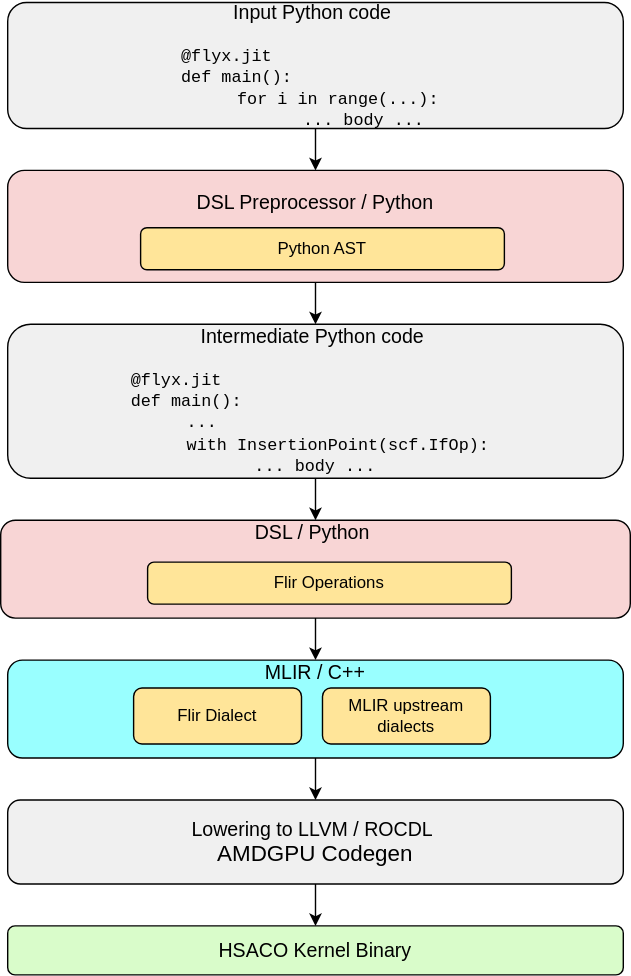
Earlier version of the draw.io export blogs/software-tools-optimization/flydsl-python-native/images/flydsl-figure1-compilation-flow.svg (ROCm/rocm-blogs). Source tidied: cells renumbered, new cells last; positions are measured from the earlier drawing's top-left corner, leaving out a move shared by most shapes. The source it was exported from:
```xml
<mxGraphModel background="#ffffff">
  <root>
    <mxCell id="0" />
    <mxCell id="1" parent="0" />
    <mxCell id="2" value="&lt;font style=&quot;font-size: 14px;&quot;&gt;&lt;font style=&quot;&quot;&gt;Input Python code&lt;/font&gt;&amp;nbsp;&lt;/font&gt;&lt;div&gt;&lt;font face=&quot;Courier New&quot;&gt;&lt;br&gt;&lt;/font&gt;&lt;/div&gt;&lt;div style=&quot;text-align: left;&quot;&gt;&lt;font face=&quot;Courier New&quot;&gt;@flyx.jit&amp;nbsp;&lt;/font&gt;&lt;/div&gt;&lt;div style=&quot;text-align: left;&quot;&gt;&lt;font face=&quot;Courier New&quot;&gt;def main():&amp;nbsp;&lt;/font&gt;&lt;/div&gt;&lt;blockquote style=&quot;margin: 0 0 0 40px; border: none; padding: 0px;&quot;&gt;&lt;div style=&quot;text-align: left;&quot;&gt;&lt;font face=&quot;Courier New&quot;&gt;for i in range(...):&amp;nbsp;&lt;/font&gt;&lt;/div&gt;&lt;/blockquote&gt;&lt;blockquote style=&quot;margin: 0 0 0 40px; border: none; padding: 0px;&quot;&gt;&lt;blockquote style=&quot;margin: 0 0 0 40px; border: none; padding: 0px;&quot;&gt;&lt;div style=&quot;text-align: left;&quot;&gt;&lt;font face=&quot;Courier New&quot;&gt;&amp;nbsp;... body ...&lt;/font&gt;&lt;/div&gt;&lt;/blockquote&gt;&lt;/blockquote&gt;" style="rounded=1;whiteSpace=wrap;html=1;fillColor=#f0f0f0;strokeColor=#000000;" parent="1" vertex="1">
      <mxGeometry x="5" width="440" height="90" as="geometry" />
    </mxCell>
    <mxCell id="3" value="&lt;font style=&quot;font-size: 14px;&quot;&gt;DSL Preprocessor&amp;nbsp;/ Python&lt;/font&gt;&lt;div&gt;&lt;font size=&quot;3&quot;&gt;&lt;br&gt;&lt;/font&gt;&lt;/div&gt;&lt;div&gt;&lt;br&gt;&lt;/div&gt;" style="rounded=1;whiteSpace=wrap;html=1;fillColor=#f8d5d5;strokeColor=#000000;" parent="1" vertex="1">
      <mxGeometry x="5" y="120" width="440" height="80" as="geometry" />
    </mxCell>
    <mxCell id="4" value="&lt;font style=&quot;font-size: 14px;&quot;&gt;Intermediate Python code&amp;nbsp;&lt;/font&gt;&lt;div&gt;&lt;br&gt;&lt;/div&gt;&lt;div style=&quot;text-align: left;&quot;&gt;&lt;font face=&quot;Courier New&quot;&gt;@flyx.jit&amp;nbsp;&lt;/font&gt;&lt;/div&gt;&lt;div style=&quot;text-align: left;&quot;&gt;&lt;font face=&quot;Courier New&quot;&gt;def main():&lt;/font&gt;&lt;/div&gt;&lt;blockquote style=&quot;margin: 0 0 0 40px; border: none; padding: 0px;&quot;&gt;&lt;div style=&quot;text-align: left;&quot;&gt;&lt;font face=&quot;Courier New&quot;&gt;...&lt;/font&gt;&lt;/div&gt;&lt;div style=&quot;text-align: left;&quot;&gt;&lt;font face=&quot;Courier New&quot;&gt;with InsertionPoint(scf.IfOp):&amp;nbsp;&lt;/font&gt;&lt;/div&gt;&lt;/blockquote&gt;&lt;span style=&quot;text-align: left; background-color: transparent; color: light-dark(rgb(0, 0, 0), rgb(255, 255, 255));&quot;&gt;&lt;font face=&quot;Courier New&quot;&gt;... body ...&lt;/font&gt;&lt;/span&gt;" style="rounded=1;whiteSpace=wrap;html=1;fillColor=#f0f0f0;strokeColor=#000000;" parent="1" vertex="1">
      <mxGeometry x="5" y="230" width="440" height="110" as="geometry" />
    </mxCell>
    <mxCell id="5" value="&lt;font style=&quot;font-size: 14px;&quot;&gt;DSL / Python&amp;nbsp;&lt;/font&gt;&lt;div&gt;&lt;font size=&quot;3&quot;&gt;&lt;br&gt;&lt;/font&gt;&lt;/div&gt;&lt;div&gt;&lt;font size=&quot;3&quot;&gt;&lt;br&gt;&lt;/font&gt;&lt;/div&gt;&lt;div&gt;&lt;br&gt;&lt;/div&gt;" style="rounded=1;whiteSpace=wrap;html=1;fillColor=#f8d5d5;strokeColor=#000000;" parent="1" vertex="1">
      <mxGeometry y="370" width="450" height="70" as="geometry" />
    </mxCell>
    <mxCell id="6" value="&lt;font style=&quot;font-size: 14px;&quot;&gt;Lowering to LLVM / ROCDL&amp;nbsp;&lt;/font&gt;&lt;div&gt;&lt;font size=&quot;3&quot;&gt;AMDGPU Codegen&lt;/font&gt;&lt;/div&gt;" style="rounded=1;whiteSpace=wrap;html=1;fillColor=#f0f0f0;strokeColor=#000000;" parent="1" vertex="1">
      <mxGeometry x="5" y="570" width="440" height="60" as="geometry" />
    </mxCell>
    <mxCell id="7" value="&lt;font style=&quot;font-size: 14px;&quot;&gt;HSACO Kernel Binary&lt;/font&gt;" style="rounded=1;whiteSpace=wrap;html=1;fillColor=#d9fcca;strokeColor=#000000;" parent="1" vertex="1">
      <mxGeometry x="5" y="660" width="440" height="35" as="geometry" />
    </mxCell>
    <mxCell id="8" style="edgeStyle=orthogonalEdgeStyle;rounded=0;jettySize=auto;html=1;" parent="1" edge="1" source="2" target="3">
      <mxGeometry relative="1" as="geometry" />
    </mxCell>
    <mxCell id="9" style="edgeStyle=orthogonalEdgeStyle;rounded=0;jettySize=auto;html=1;" parent="1" edge="1" source="3" target="4">
      <mxGeometry relative="1" as="geometry" />
    </mxCell>
    <mxCell id="10" style="edgeStyle=orthogonalEdgeStyle;rounded=0;jettySize=auto;html=1;" parent="1" edge="1" source="4" target="5">
      <mxGeometry relative="1" as="geometry" />
    </mxCell>
    <mxCell id="11" style="edgeStyle=orthogonalEdgeStyle;rounded=0;jettySize=auto;html=1;" parent="1" edge="1" source="5" target="15">
      <mxGeometry relative="1" as="geometry" />
    </mxCell>
    <mxCell id="12" style="edgeStyle=orthogonalEdgeStyle;rounded=0;jettySize=auto;html=1;" parent="1" edge="1" source="6" target="7">
      <mxGeometry relative="1" as="geometry" />
    </mxCell>
    <mxCell id="13" value="Python AST" style="rounded=1;whiteSpace=wrap;html=1;fillColor=#FFE599;" parent="1" vertex="1">
      <mxGeometry x="100" y="161" width="260" height="30" as="geometry" />
    </mxCell>
    <mxCell id="14" style="edgeStyle=orthogonalEdgeStyle;rounded=0;jettySize=auto;html=1;exitX=0.5;exitY=1;exitDx=0;exitDy=0;" parent="1" edge="1" source="15">
      <mxGeometry relative="1" as="geometry">
        <mxPoint x="225" y="570" as="targetPoint" />
      </mxGeometry>
    </mxCell>
    <mxCell id="15" value="&lt;font style=&quot;font-size: 14px;&quot;&gt;MLIR / C++&lt;/font&gt;&lt;div&gt;&lt;font size=&quot;3&quot;&gt;&lt;br&gt;&lt;/font&gt;&lt;/div&gt;&lt;div&gt;&lt;font size=&quot;3&quot;&gt;&lt;br&gt;&lt;/font&gt;&lt;/div&gt;&lt;div&gt;&lt;br&gt;&lt;/div&gt;" style="rounded=1;whiteSpace=wrap;html=1;fillColor=#99FFFF;strokeColor=#000000;" parent="1" vertex="1">
      <mxGeometry x="5" y="470" width="440" height="70" as="geometry" />
    </mxCell>
    <mxCell id="16" value="Flir Operations" style="rounded=1;whiteSpace=wrap;html=1;fillColor=#FFE599;" parent="1" vertex="1">
      <mxGeometry x="105" y="400" width="260" height="30" as="geometry" />
    </mxCell>
    <mxCell id="17" value="Flir Dialect" style="rounded=1;whiteSpace=wrap;html=1;fillColor=#FFE599;" parent="1" vertex="1">
      <mxGeometry x="95" y="490" width="120" height="40" as="geometry" />
    </mxCell>
    <mxCell id="18" value="MLIR upstream dialects" style="rounded=1;whiteSpace=wrap;html=1;fillColor=#FFE599;" parent="1" vertex="1">
      <mxGeometry x="230" y="490" width="120" height="40" as="geometry" />
    </mxCell>
  </root>
</mxGraphModel>
```
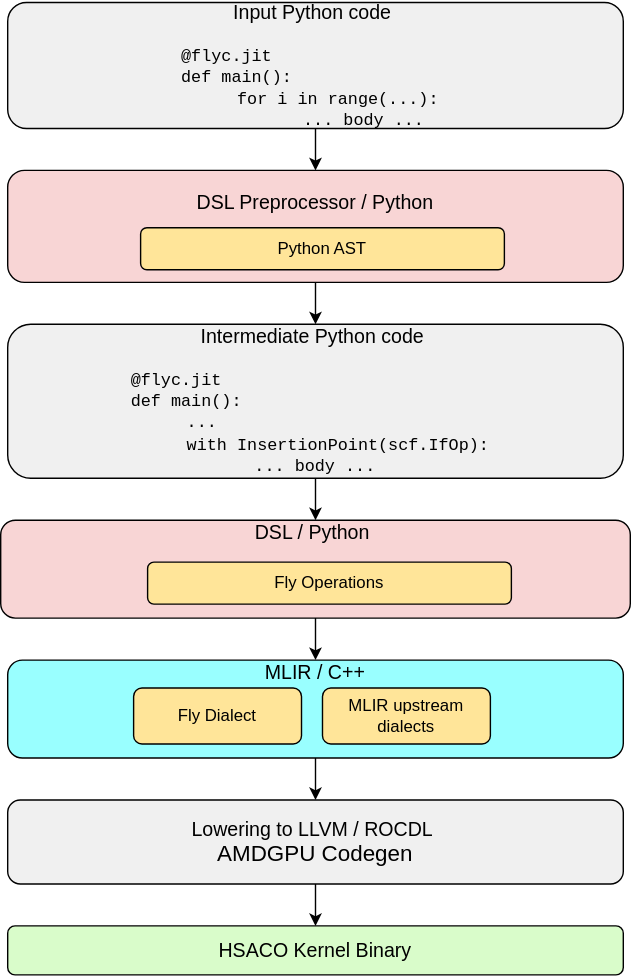
After the commit.

Commit message:
Edit on existing blog: Updated flydsl blog content (#2262)

* updated flydsl blog content

* fix linting errors

---------

What changed in the source:
```diff
@@ -2,13 +2,13 @@
   <root>
     <mxCell id="0" />
     <mxCell id="1" parent="0" />
-    <mxCell id="2" value="&lt;font style=&quot;font-size: 14px;&quot;&gt;&lt;font style=&quot;&quot;&gt;Input Python code&lt;/font&gt;&amp;nbsp;&lt;/font&gt;&lt;div&gt;&lt;font face=&quot;Courier New&quot;&gt;&lt;br&gt;&lt;/font&gt;&lt;/div&gt;&lt;div style=&quot;text-align: left;&quot;&gt;&lt;font face=&quot;Courier New&quot;&gt;@flyx.jit&amp;nbsp;&lt;/font&gt;&lt;/div&gt;&lt;div style=&quot;text-align: left;&quot;&gt;&lt;font face=&quot;Courier New&quot;&gt;def main():&amp;nbsp;&lt;/font&gt;&lt;/div&gt;&lt;blockquote style=&quot;margin: 0 0 0 40px; border: none; padding: 0px;&quot;&gt;&lt;div style=&quot;text-align: left;&quot;&gt;&lt;font face=&quot;Courier New&quot;&gt;for i in range(...):&amp;nbsp;&lt;/font&gt;&lt;/div&gt;&lt;/blockquote&gt;&lt;blockquote style=&quot;margin: 0 0 0 40px; border: none; padding: 0px;&quot;&gt;&lt;blockquote style=&quot;margin: 0 0 0 40px; border: none; padding: 0px;&quot;&gt;&lt;div style=&quot;text-align: left;&quot;&gt;&lt;font face=&quot;Courier New&quot;&gt;&amp;nbsp;... body ...&lt;/font&gt;&lt;/div&gt;&lt;/blockquote&gt;&lt;/blockquote&gt;" style="rounded=1;whiteSpace=wrap;html=1;fillColor=#f0f0f0;strokeColor=#000000;" parent="1" vertex="1">
+    <mxCell id="2" value="&lt;font style=&quot;font-size: 14px;&quot;&gt;&lt;font style=&quot;&quot;&gt;Input Python code&lt;/font&gt;&amp;nbsp;&lt;/font&gt;&lt;div&gt;&lt;font face=&quot;Courier New&quot;&gt;&lt;br&gt;&lt;/font&gt;&lt;/div&gt;&lt;div style=&quot;text-align: left;&quot;&gt;&lt;font face=&quot;Courier New&quot;&gt;@flyc.jit&amp;nbsp;&lt;/font&gt;&lt;/div&gt;&lt;div style=&quot;text-align: left;&quot;&gt;&lt;font face=&quot;Courier New&quot;&gt;def main():&amp;nbsp;&lt;/font&gt;&lt;/div&gt;&lt;blockquote style=&quot;margin: 0 0 0 40px; border: none; padding: 0px;&quot;&gt;&lt;div style=&quot;text-align: left;&quot;&gt;&lt;font face=&quot;Courier New&quot;&gt;for i in range(...):&amp;nbsp;&lt;/font&gt;&lt;/div&gt;&lt;/blockquote&gt;&lt;blockquote style=&quot;margin: 0 0 0 40px; border: none; padding: 0px;&quot;&gt;&lt;blockquote style=&quot;margin: 0 0 0 40px; border: none; padding: 0px;&quot;&gt;&lt;div style=&quot;text-align: left;&quot;&gt;&lt;font face=&quot;Courier New&quot;&gt;&amp;nbsp;... body ...&lt;/font&gt;&lt;/div&gt;&lt;/blockquote&gt;&lt;/blockquote&gt;" style="rounded=1;whiteSpace=wrap;html=1;fillColor=#f0f0f0;strokeColor=#000000;" parent="1" vertex="1">
       <mxGeometry x="5" width="440" height="90" as="geometry" />
     </mxCell>
     <mxCell id="3" value="&lt;font style=&quot;font-size: 14px;&quot;&gt;DSL Preprocessor&amp;nbsp;/ Python&lt;/font&gt;&lt;div&gt;&lt;font size=&quot;3&quot;&gt;&lt;br&gt;&lt;/font&gt;&lt;/div&gt;&lt;div&gt;&lt;br&gt;&lt;/div&gt;" style="rounded=1;whiteSpace=wrap;html=1;fillColor=#f8d5d5;strokeColor=#000000;" parent="1" vertex="1">
       <mxGeometry x="5" y="120" width="440" height="80" as="geometry" />
     </mxCell>
-    <mxCell id="4" value="&lt;font style=&quot;font-size: 14px;&quot;&gt;Intermediate Python code&amp;nbsp;&lt;/font&gt;&lt;div&gt;&lt;br&gt;&lt;/div&gt;&lt;div style=&quot;text-align: left;&quot;&gt;&lt;font face=&quot;Courier New&quot;&gt;@flyx.jit&amp;nbsp;&lt;/font&gt;&lt;/div&gt;&lt;div style=&quot;text-align: left;&quot;&gt;&lt;font face=&quot;Courier New&quot;&gt;def main():&lt;/font&gt;&lt;/div&gt;&lt;blockquote style=&quot;margin: 0 0 0 40px; border: none; padding: 0px;&quot;&gt;&lt;div style=&quot;text-align: left;&quot;&gt;&lt;font face=&quot;Courier New&quot;&gt;...&lt;/font&gt;&lt;/div&gt;&lt;div style=&quot;text-align: left;&quot;&gt;&lt;font face=&quot;Courier New&quot;&gt;with InsertionPoint(scf.IfOp):&amp;nbsp;&lt;/font&gt;&lt;/div&gt;&lt;/blockquote&gt;&lt;span style=&quot;text-align: left; background-color: transparent; color: light-dark(rgb(0, 0, 0), rgb(255, 255, 255));&quot;&gt;&lt;font face=&quot;Courier New&quot;&gt;... body ...&lt;/font&gt;&lt;/span&gt;" style="rounded=1;whiteSpace=wrap;html=1;fillColor=#f0f0f0;strokeColor=#000000;" parent="1" vertex="1">
+    <mxCell id="4" value="&lt;font style=&quot;font-size: 14px;&quot;&gt;Intermediate Python code&amp;nbsp;&lt;/font&gt;&lt;div&gt;&lt;br&gt;&lt;/div&gt;&lt;div style=&quot;text-align: left;&quot;&gt;&lt;font face=&quot;Courier New&quot;&gt;@flyc.jit&amp;nbsp;&lt;/font&gt;&lt;/div&gt;&lt;div style=&quot;text-align: left;&quot;&gt;&lt;font face=&quot;Courier New&quot;&gt;def main():&lt;/font&gt;&lt;/div&gt;&lt;blockquote style=&quot;margin: 0 0 0 40px; border: none; padding: 0px;&quot;&gt;&lt;div style=&quot;text-align: left;&quot;&gt;&lt;font face=&quot;Courier New&quot;&gt;...&lt;/font&gt;&lt;/div&gt;&lt;div style=&quot;text-align: left;&quot;&gt;&lt;font face=&quot;Courier New&quot;&gt;with InsertionPoint(scf.IfOp):&amp;nbsp;&lt;/font&gt;&lt;/div&gt;&lt;/blockquote&gt;&lt;span style=&quot;text-align: left; background-color: transparent; color: light-dark(rgb(0, 0, 0), rgb(255, 255, 255));&quot;&gt;&lt;font face=&quot;Courier New&quot;&gt;... body ...&lt;/font&gt;&lt;/span&gt;" style="rounded=1;whiteSpace=wrap;html=1;fillColor=#f0f0f0;strokeColor=#000000;" parent="1" vertex="1">
       <mxGeometry x="5" y="230" width="440" height="110" as="geometry" />
     </mxCell>
     <mxCell id="5" value="&lt;font style=&quot;font-size: 14px;&quot;&gt;DSL / Python&amp;nbsp;&lt;/font&gt;&lt;div&gt;&lt;font size=&quot;3&quot;&gt;&lt;br&gt;&lt;/font&gt;&lt;/div&gt;&lt;div&gt;&lt;font size=&quot;3&quot;&gt;&lt;br&gt;&lt;/font&gt;&lt;/div&gt;&lt;div&gt;&lt;br&gt;&lt;/div&gt;" style="rounded=1;whiteSpace=wrap;html=1;fillColor=#f8d5d5;strokeColor=#000000;" parent="1" vertex="1">
@@ -46,10 +46,10 @@
     <mxCell id="15" value="&lt;font style=&quot;font-size: 14px;&quot;&gt;MLIR / C++&lt;/font&gt;&lt;div&gt;&lt;font size=&quot;3&quot;&gt;&lt;br&gt;&lt;/font&gt;&lt;/div&gt;&lt;div&gt;&lt;font size=&quot;3&quot;&gt;&lt;br&gt;&lt;/font&gt;&lt;/div&gt;&lt;div&gt;&lt;br&gt;&lt;/div&gt;" style="rounded=1;whiteSpace=wrap;html=1;fillColor=#99FFFF;strokeColor=#000000;" parent="1" vertex="1">
       <mxGeometry x="5" y="470" width="440" height="70" as="geometry" />
     </mxCell>
-    <mxCell id="16" value="Flir Operations" style="rounded=1;whiteSpace=wrap;html=1;fillColor=#FFE599;" parent="1" vertex="1">
+    <mxCell id="16" value="Fly Operations" style="rounded=1;whiteSpace=wrap;html=1;fillColor=#FFE599;" parent="1" vertex="1">
       <mxGeometry x="105" y="400" width="260" height="30" as="geometry" />
     </mxCell>
-    <mxCell id="17" value="Flir Dialect" style="rounded=1;whiteSpace=wrap;html=1;fillColor=#FFE599;" parent="1" vertex="1">
+    <mxCell id="17" value="Fly Dialect" style="rounded=1;whiteSpace=wrap;html=1;fillColor=#FFE599;" parent="1" vertex="1">
       <mxGeometry x="95" y="490" width="120" height="40" as="geometry" />
     </mxCell>
     <mxCell id="18" value="MLIR upstream dialects" style="rounded=1;whiteSpace=wrap;html=1;fillColor=#FFE599;" parent="1" vertex="1">
```
